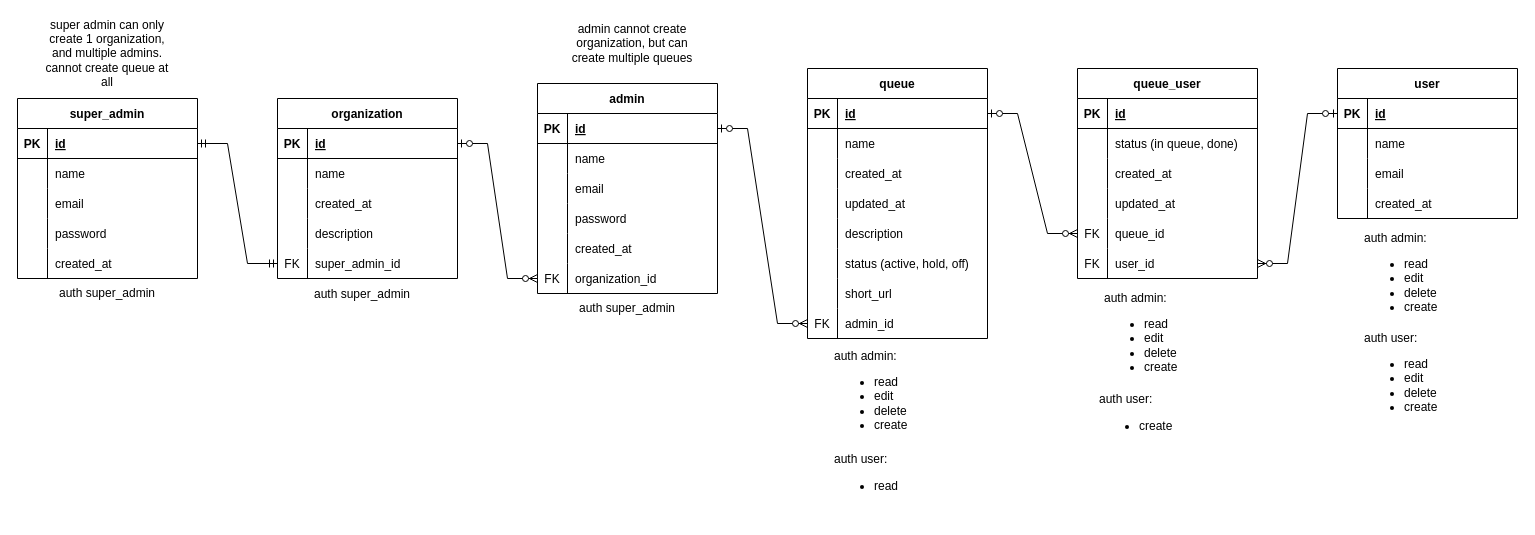
Above: antriin-erd.drawio in firdausraginda/antriin.id (draw.io), before the change. Source tidied: cells renumbered, new cells numbered last; positions are measured from the earlier drawing's top-left corner, leaving out a move shared by most shapes. Both pictures are drawn from the tidied source at 100%, with x=0, y=0 at pixel (17, 28).
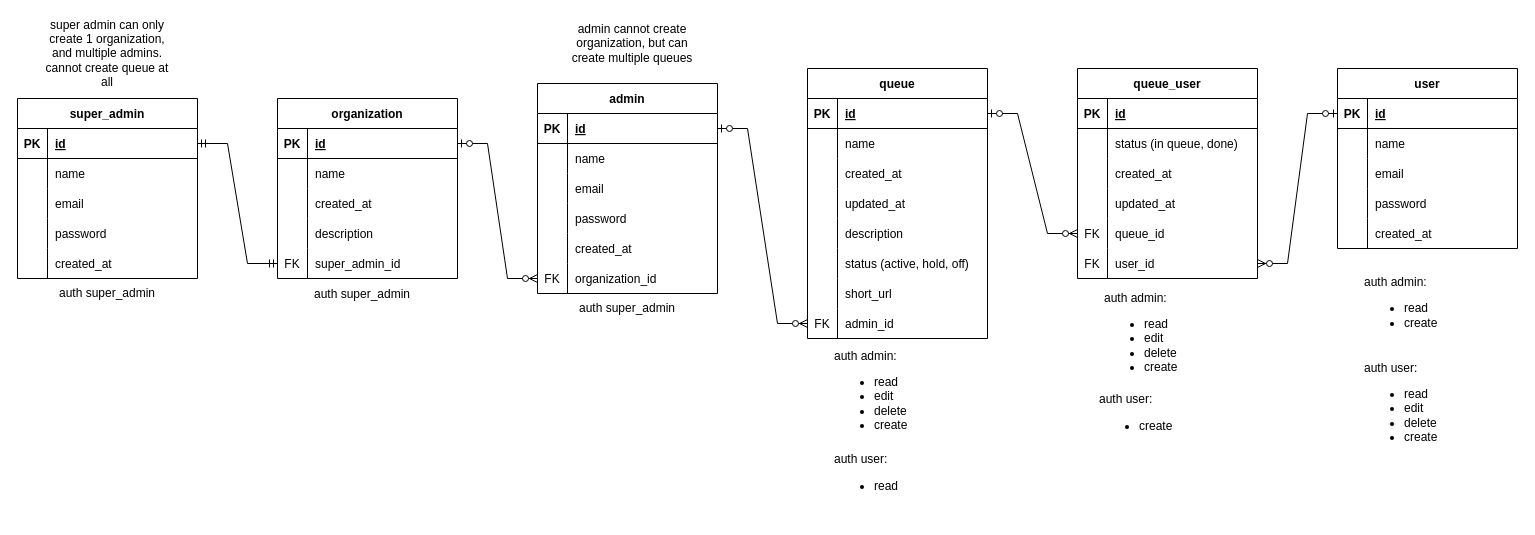
Above is the later version.

Change to the diagram source:
```diff
@@
     <mxCell id="62" value="user" style="shape=table;startSize=30;childLayout=tableLayout;rowLines=0;fontStyle=1;align=center;" parent="1" vertex="1">
-      <mxGeometry x="1320" y="40" width="180" height="150" as="geometry" />
+      <mxGeometry x="1320" y="40" width="180" height="180" as="geometry" />
     </mxCell>
@@
+    <mxCell id="126" style="shape=tableRow;horizontal=0;startSize=0;swimlaneHead=0;swimlaneBody=0;fillColor=none;top=0;left=0;right=0;bottom=0;" parent="62" vertex="1">
+      <mxGeometry y="120" width="180" height="30" as="geometry" />
+    </mxCell>
+    <mxCell id="127" style="shape=partialRectangle;fillColor=none;top=0;left=0;bottom=0;right=0;overflow=hidden;" parent="126" vertex="1">
+      <mxGeometry width="30" height="30" as="geometry" />
+    </mxCell>
+    <mxCell id="128" value="password" style="shape=partialRectangle;fillColor=none;top=0;left=0;bottom=0;right=0;align=left;spacingLeft=6;overflow=hidden;" parent="126" vertex="1">
+      <mxGeometry x="30" width="150" height="30" as="geometry" />
+    </mxCell>
     <mxCell id="72" style="shape=tableRow;horizontal=0;startSize=0;swimlaneHead=0;swimlaneBody=0;fillColor=none;top=0;left=0;right=0;bottom=0;" parent="62" vertex="1">
-      <mxGeometry y="120" width="180" height="30" as="geometry" />
+      <mxGeometry y="150" width="180" height="30" as="geometry" />
     </mxCell>
@@
-    <mxCell id="123" value="auth admin:&lt;br&gt;&lt;ul&gt;&lt;li&gt;read&lt;/li&gt;&lt;li&gt;edit&lt;/li&gt;&lt;li&gt;delete&lt;/li&gt;&lt;li&gt;create&lt;/li&gt;&lt;/ul&gt;" style="text;html=1;strokeColor=none;fillColor=none;align=left;verticalAlign=middle;whiteSpace=wrap;rounded=0;" parent="1" vertex="1">
-      <mxGeometry x="1345" y="210" width="130" height="80" as="geometry" />
+    <mxCell id="123" value="auth admin:&lt;br&gt;&lt;ul&gt;&lt;li&gt;read&lt;/li&gt;&lt;li&gt;create&lt;/li&gt;&lt;/ul&gt;" style="text;html=1;strokeColor=none;fillColor=none;align=left;verticalAlign=middle;whiteSpace=wrap;rounded=0;" parent="1" vertex="1">
+      <mxGeometry x="1345" y="240" width="130" height="80" as="geometry" />
     </mxCell>
     <mxCell id="124" value="auth user:&lt;br&gt;&lt;ul&gt;&lt;li&gt;read&lt;/li&gt;&lt;li&gt;edit&lt;/li&gt;&lt;li&gt;delete&lt;/li&gt;&lt;li&gt;create&lt;/li&gt;&lt;/ul&gt;" style="text;html=1;strokeColor=none;fillColor=none;align=left;verticalAlign=middle;whiteSpace=wrap;rounded=0;" parent="1" vertex="1">
-      <mxGeometry x="1345" y="310" width="130" height="80" as="geometry" />
+      <mxGeometry x="1345" y="340" width="130" height="80" as="geometry" />
     </mxCell>
```
